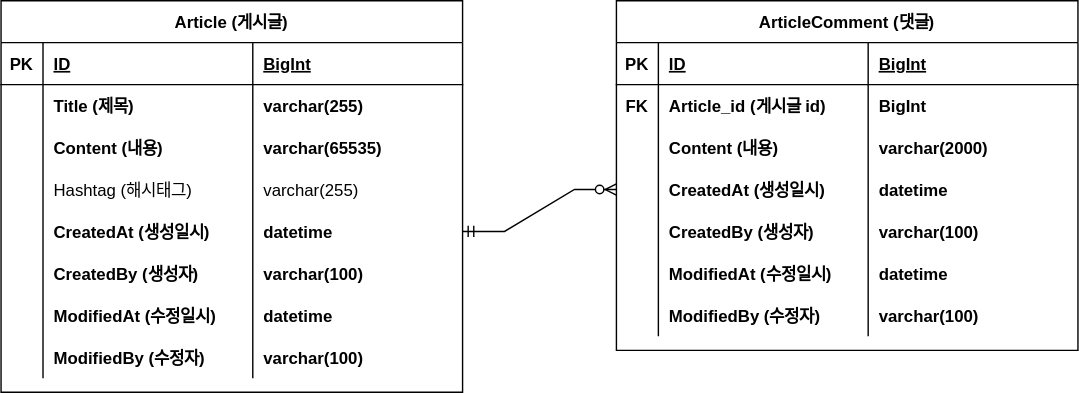
Earlier version of the draw.io export document/board-project-erd.svg (byeongyuseob/board-project). Source tidied: cells renumbered, new cells last; positions are measured from the earlier drawing's top-left corner, leaving out a move shared by most shapes.
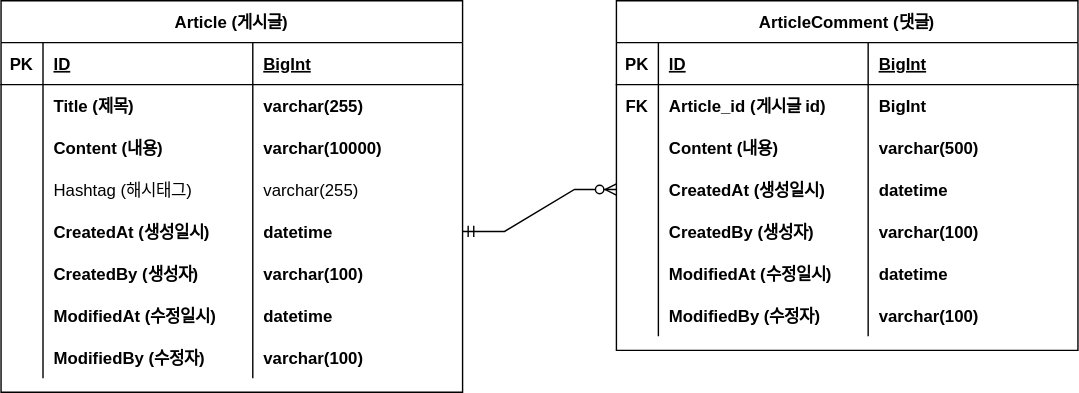
Later version of the same file.

Commit message:
#10 - ERD 업데이트: content 사이즈 변경

What changed in the source:
```diff
@@ -38,7 +38,7 @@
     <mxCell id="13" value="Content (내용)" style="shape=partialRectangle;fillColor=none;top=0;left=0;bottom=0;right=0;align=left;spacingLeft=6;overflow=hidden;fontStyle=1;" parent="11" vertex="1">
       <mxGeometry x="30" width="150" height="30" as="geometry" />
     </mxCell>
-    <mxCell id="14" value="varchar(65535)" style="shape=partialRectangle;fillColor=none;top=0;left=0;bottom=0;right=0;align=left;spacingLeft=6;overflow=hidden;fontStyle=1;" parent="11" vertex="1">
+    <mxCell id="14" value="varchar(10000)" style="shape=partialRectangle;fillColor=none;top=0;left=0;bottom=0;right=0;align=left;spacingLeft=6;overflow=hidden;fontStyle=1;" parent="11" vertex="1">
       <mxGeometry x="180" width="150" height="30" as="geometry" />
     </mxCell>
     <mxCell id="15" style="shape=tableRow;horizontal=0;startSize=0;swimlaneHead=0;swimlaneBody=0;fillColor=none;top=0;left=0;right=0;bottom=0;" parent="2" vertex="1">
@@ -137,7 +137,7 @@
     <mxCell id="46" value="Content (내용)" style="shape=partialRectangle;fillColor=none;top=0;left=0;bottom=0;right=0;align=left;spacingLeft=6;overflow=hidden;fontStyle=1;" parent="44" vertex="1">
       <mxGeometry x="30" width="150" height="30" as="geometry" />
     </mxCell>
-    <mxCell id="47" value="varchar(2000)" style="shape=partialRectangle;fillColor=none;top=0;left=0;bottom=0;right=0;align=left;spacingLeft=6;overflow=hidden;fontStyle=1;" parent="44" vertex="1">
+    <mxCell id="47" value="varchar(500)" style="shape=partialRectangle;fillColor=none;top=0;left=0;bottom=0;right=0;align=left;spacingLeft=6;overflow=hidden;fontStyle=1;" parent="44" vertex="1">
       <mxGeometry x="180" width="150" height="30" as="geometry" />
     </mxCell>
     <mxCell id="48" style="shape=tableRow;horizontal=0;startSize=0;swimlaneHead=0;swimlaneBody=0;fillColor=none;points=[[0,0.5],[1,0.5]];portConstraint=eastwest;top=0;left=0;right=0;bottom=0;" parent="35" vertex="1">
```
